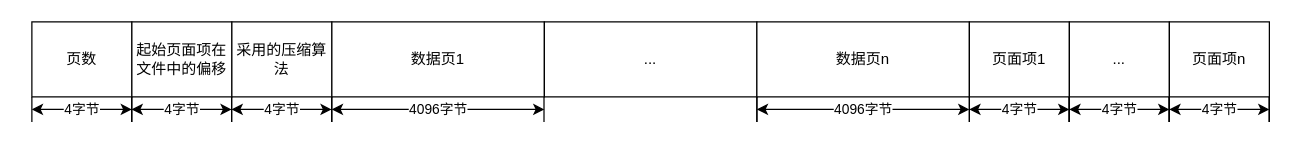
Before: 支持透明压缩的文件格式.drawio in gokucai/drawio_repo, a draw.io diagram. Source tidied: cells renumbered, new cells numbered last; positions are measured from the earlier drawing's top-left corner, leaving out a move shared by most shapes. Both pictures are drawn from the tidied source at 125%, with x=0, y=0 at pixel (31, 21).
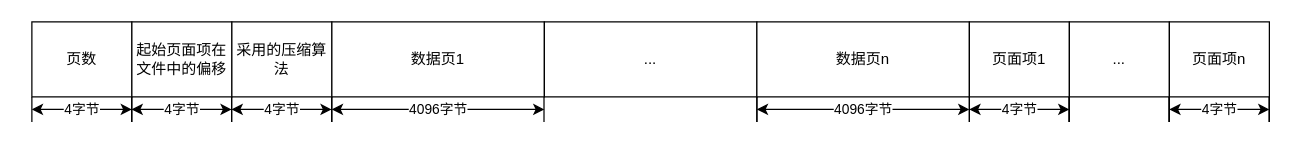
Above is the later version.

Commit message (it also covers changes not shown here):
更新支持透明压缩的文件格式.drawio

Change to the diagram source:
```diff
@@
-    <mxCell id="33" value="4字节" style="endArrow=classic;startArrow=classic;html=1;rounded=0;" parent="1" edge="1">
-      <mxGeometry relative="1" as="geometry">
-        <mxPoint x="830" y="70" as="sourcePoint" />
-        <mxPoint x="910" y="70" as="targetPoint" />
-      </mxGeometry>
-    </mxCell>
```
